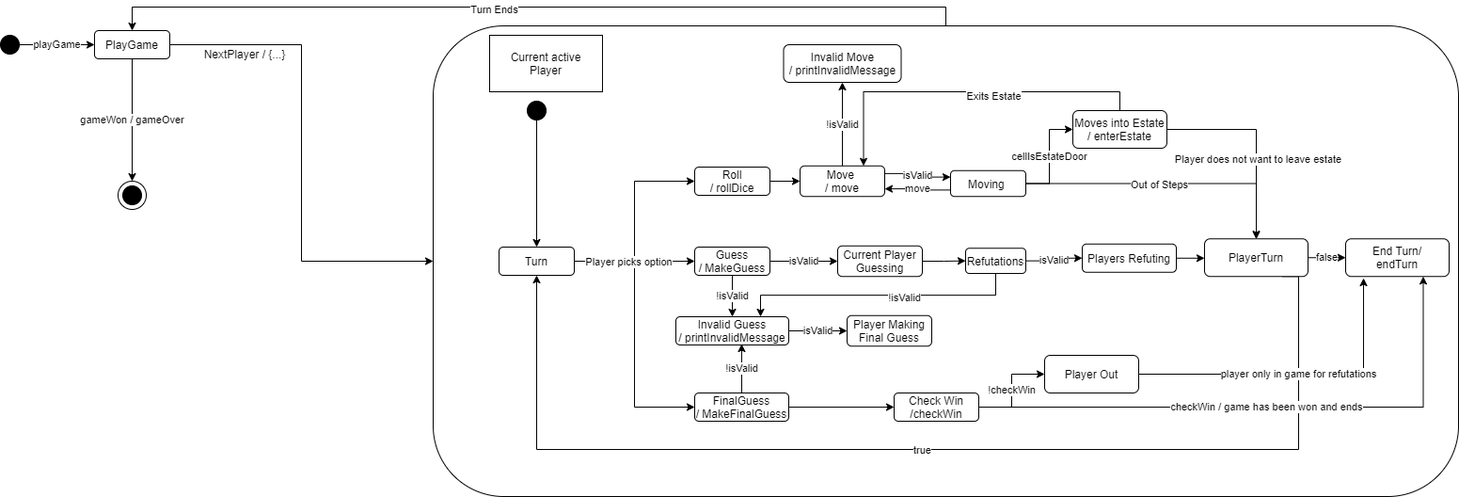
Before: state-diagram.png, a diagram exported from draw.io (LeonMenzies/SWEN_Assignment_2). Source tidied: cells renumbered, new cells last; positions are measured from the earlier drawing's top-left corner, leaving out a move shared by most shapes. Its diagram source:
```xml
<mxGraphModel>
  <root>
    <mxCell id="0" />
    <mxCell id="1" parent="0" />
    <mxCell id="2" style="edgeStyle=orthogonalEdgeStyle;rounded=0;jettySize=auto;html=1;exitX=0.5;exitY=0;exitDx=0;exitDy=0;entryX=0.5;entryY=0;entryDx=0;entryDy=0;" parent="1" edge="1" source="5" target="10">
      <mxGeometry relative="1" as="geometry" />
    </mxCell>
    <mxCell id="3" value="Turn Ends" style="edgeLabel;html=1;align=center;verticalAlign=middle;" parent="2" vertex="1">
      <mxGeometry x="0.1" y="2" relative="1" as="geometry" />
    </mxCell>
    <mxCell id="4" style="edgeStyle=orthogonalEdgeStyle;rounded=0;jettySize=auto;html=1;exitX=1;exitY=0.5;exitDx=0;exitDy=0;" parent="1" edge="1" source="28">
      <mxGeometry relative="1" as="geometry">
        <mxPoint x="790" y="420" as="targetPoint" />
      </mxGeometry>
    </mxCell>
    <mxCell id="5" style="rounded=1;whiteSpace=wrap;html=1;" parent="1" vertex="1">
      <mxGeometry x="460" width="1090" height="500" as="geometry" />
    </mxCell>
    <mxCell id="6" value="playGame" style="edgeStyle=orthogonalEdgeStyle;rounded=0;jettySize=auto;html=1;exitX=1;exitY=0.5;exitDx=0;exitDy=0;" parent="1" edge="1" source="7" target="10">
      <mxGeometry relative="1" as="geometry" />
    </mxCell>
    <mxCell id="7" style="ellipse;whiteSpace=wrap;html=1;fillColor=#000000;" parent="1" vertex="1">
      <mxGeometry y="10" width="20" height="20" as="geometry" />
    </mxCell>
    <mxCell id="8" style="edgeStyle=orthogonalEdgeStyle;rounded=0;jettySize=auto;html=1;exitX=1;exitY=0.5;exitDx=0;exitDy=0;" parent="1" edge="1" source="10" target="5">
      <mxGeometry relative="1" as="geometry" />
    </mxCell>
    <mxCell id="9" value="gameWon / gameOver" style="edgeStyle=orthogonalEdgeStyle;rounded=0;jettySize=auto;html=1;exitX=0.5;exitY=1;exitDx=0;exitDy=0;entryX=0.5;entryY=0;entryDx=0;entryDy=0;" parent="1" edge="1" source="10" target="11">
      <mxGeometry relative="1" as="geometry" />
    </mxCell>
    <mxCell id="10" value="PlayGame" style="rounded=1;whiteSpace=wrap;html=1;fillColor=#FFFFFF;" parent="1" vertex="1">
      <mxGeometry x="100" y="5" width="80" height="30" as="geometry" />
    </mxCell>
    <mxCell id="11" style="ellipse;whiteSpace=wrap;html=1;fillColor=#FFFFFF;" parent="1" vertex="1">
      <mxGeometry x="125" y="165" width="30" height="30" as="geometry" />
    </mxCell>
    <mxCell id="12" style="ellipse;whiteSpace=wrap;html=1;fillColor=#000000;" parent="1" vertex="1">
      <mxGeometry x="130" y="170" width="20" height="20" as="geometry" />
    </mxCell>
    <mxCell id="13" value="NextPlayer / {...}" style="text;html=1;strokeColor=none;fillColor=none;align=center;verticalAlign=middle;whiteSpace=wrap;rounded=0;" parent="1" vertex="1">
      <mxGeometry x="210" y="20" width="100" height="20" as="geometry" />
    </mxCell>
    <mxCell id="14" style="edgeStyle=orthogonalEdgeStyle;rounded=0;jettySize=auto;html=1;exitX=1;exitY=0.5;exitDx=0;exitDy=0;entryX=0;entryY=0.5;entryDx=0;entryDy=0;" parent="1" edge="1" source="15" target="32">
      <mxGeometry relative="1" as="geometry" />
    </mxCell>
    <mxCell id="15" value="Roll&lt;br&gt;/ rollDice" style="rounded=1;whiteSpace=wrap;html=1;fillColor=#FFFFFF;" parent="1" vertex="1">
      <mxGeometry x="738" y="150" width="80" height="30" as="geometry" />
    </mxCell>
    <mxCell id="16" style="edgeStyle=orthogonalEdgeStyle;rounded=0;jettySize=auto;html=1;exitX=0.5;exitY=1;exitDx=0;exitDy=0;entryX=0.5;entryY=0;entryDx=0;entryDy=0;" parent="1" edge="1" source="17" target="22">
      <mxGeometry relative="1" as="geometry" />
    </mxCell>
    <mxCell id="17" style="ellipse;whiteSpace=wrap;html=1;fillColor=#000000;" parent="1" vertex="1">
      <mxGeometry x="560" y="80" width="20" height="20" as="geometry" />
    </mxCell>
    <mxCell id="18" style="edgeStyle=orthogonalEdgeStyle;rounded=0;jettySize=auto;html=1;exitX=1;exitY=0.5;exitDx=0;exitDy=0;entryX=0;entryY=0.5;entryDx=0;entryDy=0;" parent="1" edge="1" source="22" target="15">
      <mxGeometry relative="1" as="geometry" />
    </mxCell>
    <mxCell id="19" style="edgeStyle=orthogonalEdgeStyle;rounded=0;jettySize=auto;html=1;exitX=1;exitY=0.5;exitDx=0;exitDy=0;entryX=0;entryY=0.5;entryDx=0;entryDy=0;" parent="1" edge="1" source="22" target="25">
      <mxGeometry relative="1" as="geometry" />
    </mxCell>
    <mxCell id="20" style="edgeStyle=orthogonalEdgeStyle;rounded=0;jettySize=auto;html=1;exitX=1;exitY=0.5;exitDx=0;exitDy=0;entryX=0;entryY=0.5;entryDx=0;entryDy=0;" parent="1" edge="1" source="22" target="28">
      <mxGeometry relative="1" as="geometry" />
    </mxCell>
    <mxCell id="21" value="Player picks option" style="edgeLabel;html=1;align=center;verticalAlign=middle;" parent="20" vertex="1">
      <mxGeometry x="-0.19" y="2" relative="1" as="geometry">
        <mxPoint x="-9" y="-51" as="offset" />
      </mxGeometry>
    </mxCell>
    <mxCell id="22" value="Turn" style="rounded=1;whiteSpace=wrap;html=1;fillColor=#FFFFFF;" parent="1" vertex="1">
      <mxGeometry x="530" y="235" width="80" height="30" as="geometry" />
    </mxCell>
    <mxCell id="23" value="isValid" style="edgeStyle=orthogonalEdgeStyle;rounded=0;jettySize=auto;html=1;exitX=1;exitY=0.5;exitDx=0;exitDy=0;entryX=0;entryY=0.5;entryDx=0;entryDy=0;" parent="1" edge="1" source="25" target="50">
      <mxGeometry relative="1" as="geometry" />
    </mxCell>
    <mxCell id="24" value="!isValid" style="edgeStyle=orthogonalEdgeStyle;rounded=0;jettySize=auto;html=1;exitX=0.5;exitY=1;exitDx=0;exitDy=0;entryX=0.5;entryY=0;entryDx=0;entryDy=0;" parent="1" edge="1" source="25" target="52">
      <mxGeometry relative="1" as="geometry" />
    </mxCell>
    <mxCell id="25" value="Guess&lt;br&gt;/ MakeGuess" style="rounded=1;whiteSpace=wrap;html=1;fillColor=#FFFFFF;" parent="1" vertex="1">
      <mxGeometry x="738" y="235" width="80" height="30" as="geometry" />
    </mxCell>
    <mxCell id="26" value="!isValid" style="edgeStyle=orthogonalEdgeStyle;rounded=0;jettySize=auto;html=1;exitX=0.5;exitY=0;exitDx=0;exitDy=0;entryX=0.583;entryY=0.967;entryDx=0;entryDy=0;entryPerimeter=0;" parent="1" edge="1" source="28" target="52">
      <mxGeometry relative="1" as="geometry" />
    </mxCell>
    <mxCell id="27" style="edgeStyle=orthogonalEdgeStyle;rounded=0;jettySize=auto;html=1;exitX=1;exitY=0.5;exitDx=0;exitDy=0;entryX=0;entryY=0.5;entryDx=0;entryDy=0;" parent="1" edge="1" source="28" target="62">
      <mxGeometry relative="1" as="geometry" />
    </mxCell>
    <mxCell id="28" value="FinalGuess&lt;br&gt;/ MakeFinalGuess" style="rounded=1;whiteSpace=wrap;html=1;fillColor=#FFFFFF;" parent="1" vertex="1">
      <mxGeometry x="738" y="390" width="100" height="30" as="geometry" />
    </mxCell>
    <mxCell id="29" value="Current active&lt;br&gt;Player" style="rounded=0;whiteSpace=wrap;html=1;fillColor=#FFFFFF;" parent="1" vertex="1">
      <mxGeometry x="520" y="10" width="120" height="60" as="geometry" />
    </mxCell>
    <mxCell id="30" value="!isValid" style="edgeStyle=orthogonalEdgeStyle;rounded=0;jettySize=auto;html=1;exitX=0.5;exitY=0;exitDx=0;exitDy=0;" parent="1" edge="1" source="32" target="38">
      <mxGeometry relative="1" as="geometry" />
    </mxCell>
    <mxCell id="31" value="isValid" style="edgeStyle=orthogonalEdgeStyle;rounded=0;jettySize=auto;html=1;exitX=1;exitY=0.25;exitDx=0;exitDy=0;entryX=0;entryY=0.25;entryDx=0;entryDy=0;" parent="1" edge="1" source="32" target="37">
      <mxGeometry relative="1" as="geometry" />
    </mxCell>
    <mxCell id="32" value="Move&amp;nbsp;&lt;br&gt;/ move" style="rounded=1;whiteSpace=wrap;html=1;" parent="1" vertex="1">
      <mxGeometry x="850" y="148.8" width="90" height="32.5" as="geometry" />
    </mxCell>
    <mxCell id="33" value="cellIsEstateDoor" style="edgeStyle=orthogonalEdgeStyle;rounded=0;jettySize=auto;html=1;exitX=1;exitY=0.5;exitDx=0;exitDy=0;entryX=0;entryY=0.5;entryDx=0;entryDy=0;" parent="1" edge="1" source="37" target="43">
      <mxGeometry relative="1" as="geometry" />
    </mxCell>
    <mxCell id="34" value="move" style="edgeStyle=orthogonalEdgeStyle;rounded=0;jettySize=auto;html=1;exitX=0;exitY=0.75;exitDx=0;exitDy=0;entryX=1;entryY=0.75;entryDx=0;entryDy=0;" parent="1" edge="1" source="37" target="32">
      <mxGeometry relative="1" as="geometry" />
    </mxCell>
    <mxCell id="35" style="edgeStyle=orthogonalEdgeStyle;rounded=0;jettySize=auto;html=1;exitX=1;exitY=0.5;exitDx=0;exitDy=0;entryX=0.5;entryY=0;entryDx=0;entryDy=0;" parent="1" edge="1" source="37" target="48">
      <mxGeometry relative="1" as="geometry" />
    </mxCell>
    <mxCell id="36" value="Out of Steps" style="edgeLabel;html=1;align=center;verticalAlign=middle;" parent="35" vertex="1">
      <mxGeometry x="-0.03" relative="1" as="geometry">
        <mxPoint x="-7" y="1" as="offset" />
      </mxGeometry>
    </mxCell>
    <mxCell id="37" value="Moving&amp;nbsp;" style="rounded=1;whiteSpace=wrap;html=1;" parent="1" vertex="1">
      <mxGeometry x="1010" y="153.8" width="80" height="27.5" as="geometry" />
    </mxCell>
    <mxCell id="38" value="Invalid Move&lt;br&gt;/ printInvalidMessage" style="rounded=1;whiteSpace=wrap;html=1;" parent="1" vertex="1">
      <mxGeometry x="832.5" y="20" width="125" height="40" as="geometry" />
    </mxCell>
    <mxCell id="39" style="edgeStyle=orthogonalEdgeStyle;rounded=0;jettySize=auto;html=1;exitX=0.5;exitY=0;exitDx=0;exitDy=0;entryX=0.75;entryY=0;entryDx=0;entryDy=0;" parent="1" edge="1" source="43" target="32">
      <mxGeometry relative="1" as="geometry" />
    </mxCell>
    <mxCell id="40" value="Exits Estate" style="edgeLabel;html=1;align=center;verticalAlign=middle;" parent="39" vertex="1">
      <mxGeometry x="0.01" y="4" relative="1" as="geometry">
        <mxPoint x="32" as="offset" />
      </mxGeometry>
    </mxCell>
    <mxCell id="41" style="edgeStyle=orthogonalEdgeStyle;rounded=0;jettySize=auto;html=1;exitX=1;exitY=0.5;exitDx=0;exitDy=0;entryX=0.5;entryY=0;entryDx=0;entryDy=0;" parent="1" edge="1" source="43" target="48">
      <mxGeometry relative="1" as="geometry" />
    </mxCell>
    <mxCell id="42" value="Player does not want to leave estate" style="edgeLabel;html=1;align=center;verticalAlign=middle;" parent="41" vertex="1">
      <mxGeometry x="0.14" y="1" relative="1" as="geometry">
        <mxPoint y="5" as="offset" />
      </mxGeometry>
    </mxCell>
    <mxCell id="43" value="Moves into Estate&lt;br&gt;/ enterEstate" style="rounded=1;whiteSpace=wrap;html=1;" parent="1" vertex="1">
      <mxGeometry x="1140" y="90" width="100" height="40" as="geometry" />
    </mxCell>
    <mxCell id="44" value="End Turn/&lt;br&gt;endTurn" style="rounded=1;whiteSpace=wrap;html=1;" parent="1" vertex="1">
      <mxGeometry x="1430" y="226.2" width="110" height="40" as="geometry" />
    </mxCell>
    <mxCell id="45" value="false" style="edgeStyle=orthogonalEdgeStyle;rounded=0;jettySize=auto;html=1;exitX=1;exitY=0.5;exitDx=0;exitDy=0;entryX=0;entryY=0.5;entryDx=0;entryDy=0;" parent="1" edge="1" source="48" target="44">
      <mxGeometry relative="1" as="geometry" />
    </mxCell>
    <mxCell id="46" style="edgeStyle=orthogonalEdgeStyle;rounded=0;jettySize=auto;html=1;exitX=0.75;exitY=1;exitDx=0;exitDy=0;entryX=0.5;entryY=1;entryDx=0;entryDy=0;" parent="1" edge="1" source="48" target="22">
      <mxGeometry relative="1" as="geometry">
        <Array as="points">
          <mxPoint x="1380" y="266" />
          <mxPoint x="1380" y="450" />
          <mxPoint x="570" y="450" />
        </Array>
      </mxGeometry>
    </mxCell>
    <mxCell id="47" value="true" style="edgeLabel;html=1;align=center;verticalAlign=middle;" parent="46" vertex="1">
      <mxGeometry x="-0.07" y="-1" relative="1" as="geometry">
        <mxPoint x="-48" y="1" as="offset" />
      </mxGeometry>
    </mxCell>
    <mxCell id="48" value="PlayerTurn" style="rounded=1;whiteSpace=wrap;html=1;" parent="1" vertex="1">
      <mxGeometry x="1280" y="226.2" width="110" height="40" as="geometry" />
    </mxCell>
    <mxCell id="49" style="edgeStyle=orthogonalEdgeStyle;rounded=0;jettySize=auto;html=1;exitX=1;exitY=0.5;exitDx=0;exitDy=0;entryX=0;entryY=0.5;entryDx=0;entryDy=0;" parent="1" edge="1" source="50" target="57">
      <mxGeometry relative="1" as="geometry" />
    </mxCell>
    <mxCell id="50" value="Current Player Guessing" style="rounded=1;whiteSpace=wrap;html=1;" parent="1" vertex="1">
      <mxGeometry x="890" y="233.8" width="90" height="32.5" as="geometry" />
    </mxCell>
    <mxCell id="51" value="isValid" style="edgeStyle=orthogonalEdgeStyle;rounded=0;jettySize=auto;html=1;exitX=1;exitY=0.5;exitDx=0;exitDy=0;entryX=0;entryY=0.5;entryDx=0;entryDy=0;" parent="1" edge="1" source="52" target="53">
      <mxGeometry relative="1" as="geometry" />
    </mxCell>
    <mxCell id="52" value="Invalid Guess&lt;br&gt;/ printInvalidMessage" style="rounded=1;whiteSpace=wrap;html=1;" parent="1" vertex="1">
      <mxGeometry x="718" y="309" width="120" height="30" as="geometry" />
    </mxCell>
    <mxCell id="53" value="Player Making Final Guess" style="rounded=1;whiteSpace=wrap;html=1;" parent="1" vertex="1">
      <mxGeometry x="900" y="307.8" width="90" height="32.5" as="geometry" />
    </mxCell>
    <mxCell id="54" value="isValid" style="edgeStyle=orthogonalEdgeStyle;rounded=0;jettySize=auto;html=1;exitX=1;exitY=0.5;exitDx=0;exitDy=0;entryX=0;entryY=0.5;entryDx=0;entryDy=0;" parent="1" edge="1" source="57" target="59">
      <mxGeometry relative="1" as="geometry" />
    </mxCell>
    <mxCell id="55" style="edgeStyle=orthogonalEdgeStyle;rounded=0;jettySize=auto;html=1;exitX=0.5;exitY=1;exitDx=0;exitDy=0;entryX=0.75;entryY=0;entryDx=0;entryDy=0;" parent="1" edge="1" source="57" target="52">
      <mxGeometry relative="1" as="geometry" />
    </mxCell>
    <mxCell id="56" value="!isValid" style="edgeLabel;html=1;align=center;verticalAlign=middle;" parent="55" vertex="1">
      <mxGeometry x="-0.18" y="2" relative="1" as="geometry" />
    </mxCell>
    <mxCell id="57" value="Refutations" style="rounded=1;whiteSpace=wrap;html=1;" parent="1" vertex="1">
      <mxGeometry x="1026" y="236.2" width="64" height="26.8" as="geometry" />
    </mxCell>
    <mxCell id="58" style="edgeStyle=orthogonalEdgeStyle;rounded=0;jettySize=auto;html=1;exitX=1;exitY=0.5;exitDx=0;exitDy=0;entryX=0;entryY=0.5;entryDx=0;entryDy=0;" parent="1" edge="1" source="59" target="48">
      <mxGeometry relative="1" as="geometry" />
    </mxCell>
    <mxCell id="59" value="Players Refuting" style="rounded=1;whiteSpace=wrap;html=1;" parent="1" vertex="1">
      <mxGeometry x="1150" y="231.8" width="100" height="30" as="geometry" />
    </mxCell>
    <mxCell id="60" value="!checkWin" style="edgeStyle=orthogonalEdgeStyle;rounded=0;jettySize=auto;html=1;exitX=1;exitY=0.5;exitDx=0;exitDy=0;" parent="1" edge="1" source="62" target="64">
      <mxGeometry relative="1" as="geometry" />
    </mxCell>
    <mxCell id="61" value="checkWin / game has been won and ends" style="edgeStyle=orthogonalEdgeStyle;rounded=0;jettySize=auto;html=1;exitX=1;exitY=0.5;exitDx=0;exitDy=0;entryX=0.75;entryY=1;entryDx=0;entryDy=0;" parent="1" edge="1" source="62" target="44">
      <mxGeometry relative="1" as="geometry" />
    </mxCell>
    <mxCell id="62" value="Check Win&lt;br&gt;/checkWin" style="rounded=1;whiteSpace=wrap;html=1;" parent="1" vertex="1">
      <mxGeometry x="950" y="390" width="90" height="30" as="geometry" />
    </mxCell>
    <mxCell id="63" value="player only in game for refutations" style="edgeStyle=orthogonalEdgeStyle;rounded=0;orthogonalLoop=1;jettySize=auto;html=1;exitX=1;exitY=0.5;exitDx=0;exitDy=0;entryX=0.173;entryY=1.044;entryDx=0;entryDy=0;entryPerimeter=0;" parent="1" edge="1">
      <mxGeometry relative="1" as="geometry">
        <mxPoint x="1210" y="370" as="sourcePoint" />
        <mxPoint x="1449" y="268" as="targetPoint" />
      </mxGeometry>
    </mxCell>
    <mxCell id="64" value="Player Out" style="rounded=1;whiteSpace=wrap;html=1;" parent="1" vertex="1">
      <mxGeometry x="1110" y="350" width="100" height="40" as="geometry" />
    </mxCell>
  </root>
</mxGraphModel>
```
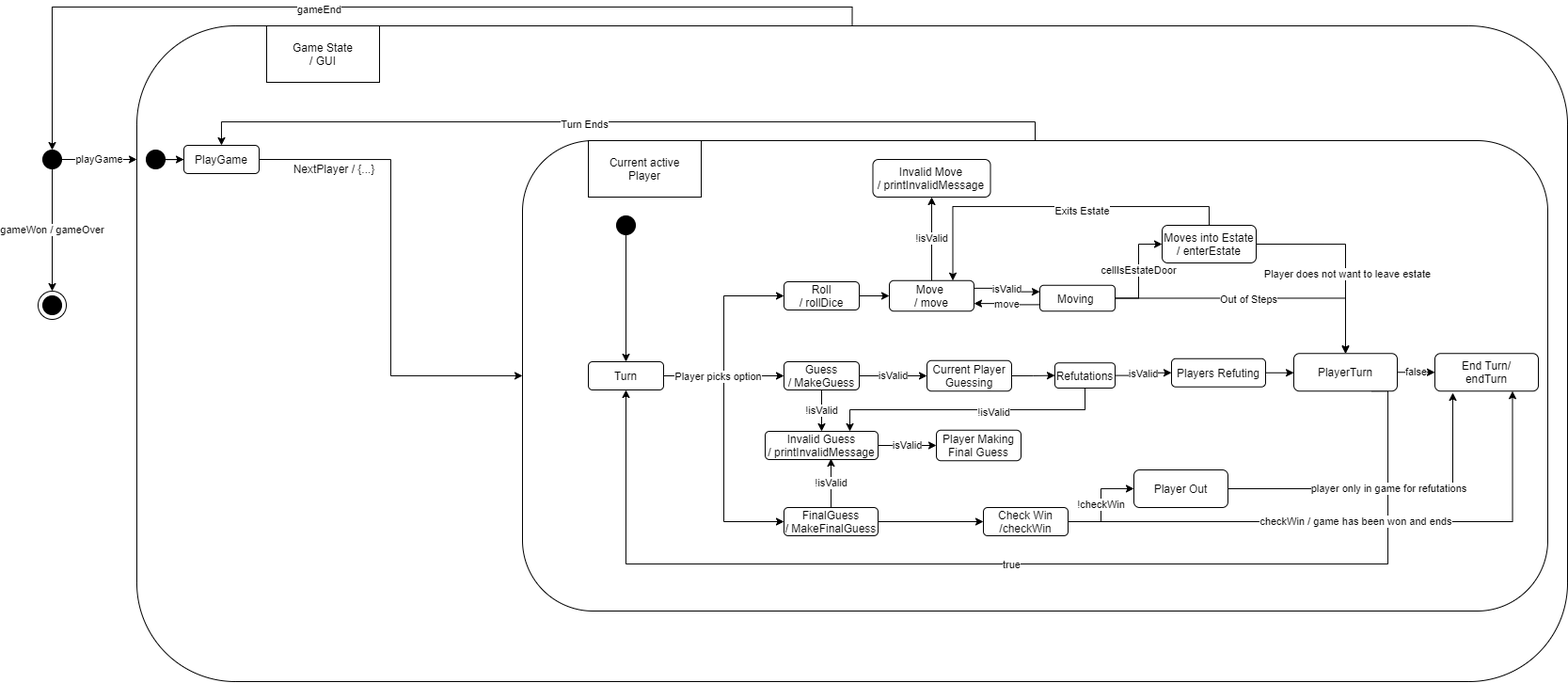
Later version of the same file.

Commit message:
Updated State Diagram

Change to the diagram source:
```diff
@@ -2,6 +2,15 @@
   <root>
     <mxCell id="0" />
     <mxCell id="1" parent="0" />
+    <mxCell id="65" style="edgeStyle=orthogonalEdgeStyle;rounded=0;jettySize=auto;html=1;exitX=0.5;exitY=0;exitDx=0;exitDy=0;entryX=0.5;entryY=0;entryDx=0;entryDy=0;" parent="1" edge="1" source="67" target="7">
+      <mxGeometry relative="1" as="geometry" />
+    </mxCell>
+    <mxCell id="66" value="gameEnd" style="edgeLabel;html=1;align=center;verticalAlign=middle;" parent="65" vertex="1">
+      <mxGeometry x="0.15" y="2" relative="1" as="geometry" />
+    </mxCell>
+    <mxCell id="67" style="rounded=1;whiteSpace=wrap;html=1;" parent="1" vertex="1">
+      <mxGeometry x="50" y="-122" width="1521" height="697" as="geometry" />
+    </mxCell>
     <mxCell id="2" style="edgeStyle=orthogonalEdgeStyle;rounded=0;jettySize=auto;html=1;exitX=0.5;exitY=0;exitDx=0;exitDy=0;entryX=0.5;entryY=0;entryDx=0;entryDy=0;" parent="1" edge="1" source="5" target="10">
       <mxGeometry relative="1" as="geometry" />
     </mxCell>
@@ -16,27 +25,20 @@
     <mxCell id="5" style="rounded=1;whiteSpace=wrap;html=1;" parent="1" vertex="1">
       <mxGeometry x="460" width="1090" height="500" as="geometry" />
     </mxCell>
-    <mxCell id="6" value="playGame" style="edgeStyle=orthogonalEdgeStyle;rounded=0;jettySize=auto;html=1;exitX=1;exitY=0.5;exitDx=0;exitDy=0;" parent="1" edge="1" source="7" target="10">
-      <mxGeometry relative="1" as="geometry" />
+    <mxCell id="6" value="playGame" style="edgeStyle=orthogonalEdgeStyle;rounded=0;jettySize=auto;html=1;exitX=1;exitY=0.5;exitDx=0;exitDy=0;" parent="1" edge="1" source="7">
+      <mxGeometry relative="1" as="geometry">
+        <mxPoint x="50" y="20" as="targetPoint" />
+      </mxGeometry>
     </mxCell>
     <mxCell id="7" style="ellipse;whiteSpace=wrap;html=1;fillColor=#000000;" parent="1" vertex="1">
-      <mxGeometry y="10" width="20" height="20" as="geometry" />
+      <mxGeometry x="-50" y="10" width="20" height="20" as="geometry" />
     </mxCell>
     <mxCell id="8" style="edgeStyle=orthogonalEdgeStyle;rounded=0;jettySize=auto;html=1;exitX=1;exitY=0.5;exitDx=0;exitDy=0;" parent="1" edge="1" source="10" target="5">
       <mxGeometry relative="1" as="geometry" />
     </mxCell>
-    <mxCell id="9" value="gameWon / gameOver" style="edgeStyle=orthogonalEdgeStyle;rounded=0;jettySize=auto;html=1;exitX=0.5;exitY=1;exitDx=0;exitDy=0;entryX=0.5;entryY=0;entryDx=0;entryDy=0;" parent="1" edge="1" source="10" target="11">
-      <mxGeometry relative="1" as="geometry" />
-    </mxCell>
     <mxCell id="10" value="PlayGame" style="rounded=1;whiteSpace=wrap;html=1;fillColor=#FFFFFF;" parent="1" vertex="1">
       <mxGeometry x="100" y="5" width="80" height="30" as="geometry" />
     </mxCell>
-    <mxCell id="11" style="ellipse;whiteSpace=wrap;html=1;fillColor=#FFFFFF;" parent="1" vertex="1">
-      <mxGeometry x="125" y="165" width="30" height="30" as="geometry" />
-    </mxCell>
-    <mxCell id="12" style="ellipse;whiteSpace=wrap;html=1;fillColor=#000000;" parent="1" vertex="1">
-      <mxGeometry x="130" y="170" width="20" height="20" as="geometry" />
-    </mxCell>
     <mxCell id="13" value="NextPlayer / {...}" style="text;html=1;strokeColor=none;fillColor=none;align=center;verticalAlign=middle;whiteSpace=wrap;rounded=0;" parent="1" vertex="1">
       <mxGeometry x="210" y="20" width="100" height="20" as="geometry" />
     </mxCell>
@@ -88,7 +90,7 @@
       <mxGeometry x="738" y="390" width="100" height="30" as="geometry" />
     </mxCell>
     <mxCell id="29" value="Current active&lt;br&gt;Player" style="rounded=0;whiteSpace=wrap;html=1;fillColor=#FFFFFF;" parent="1" vertex="1">
-      <mxGeometry x="520" y="10" width="120" height="60" as="geometry" />
+      <mxGeometry x="530" width="120" height="60" as="geometry" />
     </mxCell>
     <mxCell id="30" value="!isValid" style="edgeStyle=orthogonalEdgeStyle;rounded=0;jettySize=auto;html=1;exitX=0.5;exitY=0;exitDx=0;exitDy=0;" parent="1" edge="1" source="32" target="38">
       <mxGeometry relative="1" as="geometry" />
@@ -212,5 +214,25 @@
     <mxCell id="64" value="Player Out" style="rounded=1;whiteSpace=wrap;html=1;" parent="1" vertex="1">
       <mxGeometry x="1110" y="350" width="100" height="40" as="geometry" />
     </mxCell>
+    <mxCell id="68" value="Game State&lt;br&gt;/ GUI" style="rounded=0;whiteSpace=wrap;html=1;" parent="1" vertex="1">
+      <mxGeometry x="188" y="-122" width="120" height="60" as="geometry" />
+    </mxCell>
+    <mxCell id="69" style="edgeStyle=orthogonalEdgeStyle;rounded=0;jettySize=auto;html=1;entryX=0;entryY=0.5;entryDx=0;entryDy=0;" parent="1" edge="1" source="70" target="10">
+      <mxGeometry relative="1" as="geometry" />
+    </mxCell>
+    <mxCell id="70" style="ellipse;whiteSpace=wrap;html=1;fillColor=#000000;" parent="1" vertex="1">
+      <mxGeometry x="60" y="10" width="20" height="20" as="geometry" />
+    </mxCell>
+    <mxCell id="9" value="gameWon / gameOver" style="edgeStyle=orthogonalEdgeStyle;rounded=0;jettySize=auto;html=1;exitX=0.5;exitY=1;exitDx=0;exitDy=0;entryX=0.5;entryY=0;entryDx=0;entryDy=0;" parent="1" edge="1" target="71">
+      <mxGeometry relative="1" as="geometry">
+        <mxPoint x="-40" y="30" as="sourcePoint" />
+      </mxGeometry>
+    </mxCell>
+    <mxCell id="71" style="ellipse;whiteSpace=wrap;html=1;fillColor=#FFFFFF;" parent="1" vertex="1">
+      <mxGeometry x="-55" y="160" width="30" height="30" as="geometry" />
+    </mxCell>
+    <mxCell id="72" style="ellipse;whiteSpace=wrap;html=1;fillColor=#000000;" parent="1" vertex="1">
+      <mxGeometry x="-50" y="165" width="20" height="20" as="geometry" />
+    </mxCell>
   </root>
 </mxGraphModel>
```
